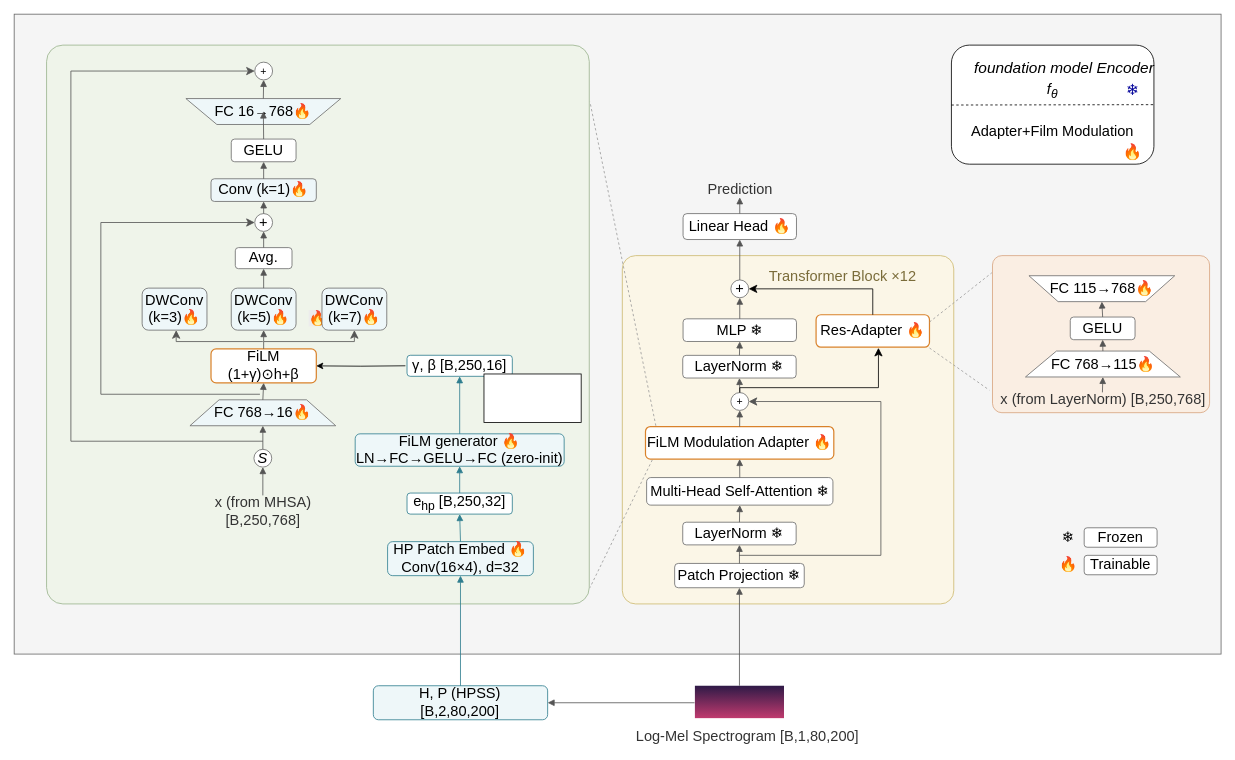
Earlier version of the draw.io diagram cancer_special.drawio (lhwjsj/Diagram). Source tidied: cells renumbered, new cells numbered last; positions are measured from the earlier drawing's top-left corner, leaving out a move shared by most shapes. Both pictures are drawn from the tidied source at 81%, with x=0, y=0 at pixel (14, 14).
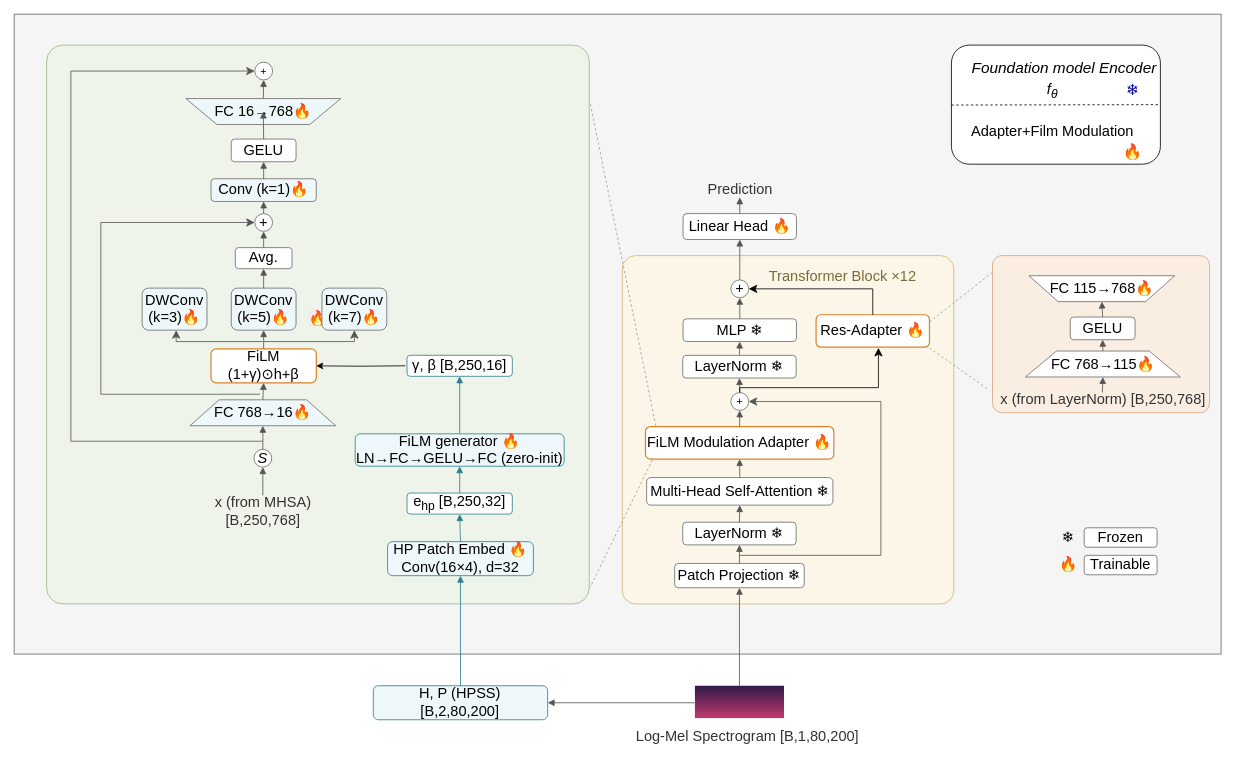
The same diagram, later.

Change to the diagram source:
```diff
@@
     <mxCell id="3" style="rounded=1;whiteSpace=wrap;html=1;roundedPerimeter=1;" parent="1" vertex="1">
-      <mxGeometry x="1157.1" y="38.2" width="250" height="147" as="geometry" />
+      <mxGeometry x="1157.1" y="38.2" width="258" height="147" as="geometry" />
     </mxCell>
-    <mxCell id="4" value="&lt;i&gt;&lt;font style=&quot;font-size: 19px;&quot;&gt;foundation model Encoder&lt;/font&gt;&lt;/i&gt;" style="text;html=1;whiteSpace=wrap;strokeColor=none;fillColor=none;align=center;verticalAlign=middle;rounded=0;" parent="1" vertex="1">
+    <mxCell id="4" value="&lt;i&gt;&lt;font style=&quot;font-size: 19px;&quot;&gt;Foundation model Encoder&lt;/font&gt;&lt;/i&gt;" style="text;html=1;whiteSpace=wrap;strokeColor=none;fillColor=none;align=center;verticalAlign=middle;rounded=0;" parent="1" vertex="1">
       <mxGeometry x="1179.5" y="51.7" width="232.5" height="30" as="geometry" />
     </mxCell>
@@
-    <mxCell id="93" style="rounded=0;whiteSpace=wrap;html=1;" parent="1" vertex="1">
-      <mxGeometry x="580" y="444.2" width="120" height="60" as="geometry" />
-    </mxCell>
```
